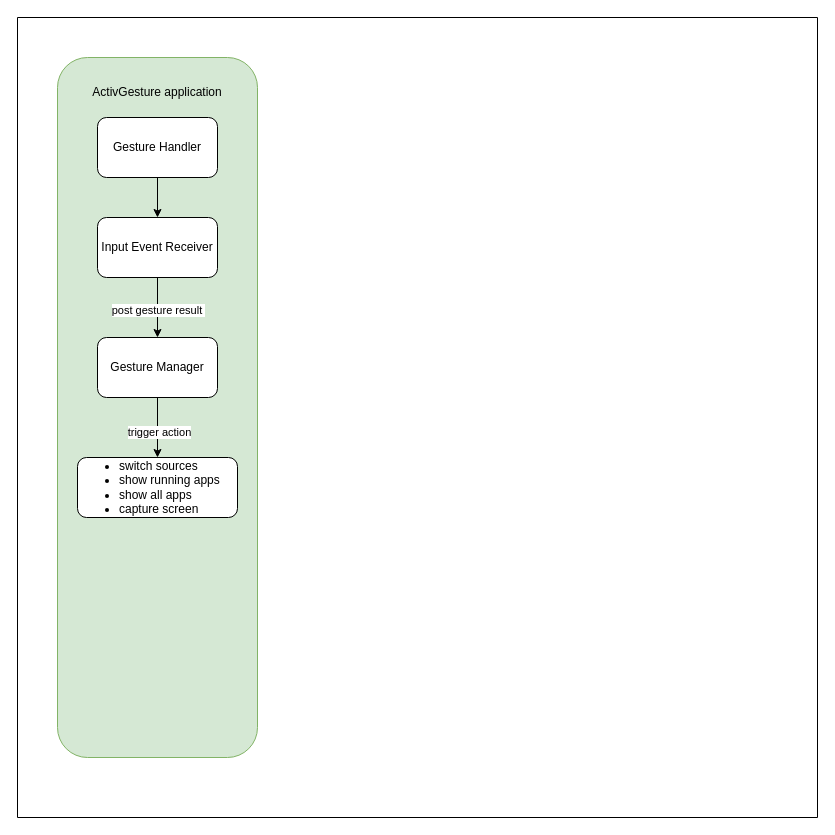
Earlier version of the draw.io diagram gesture_assistant.drawio (windboat/draw.io). Source tidied: cells renumbered, new cells numbered last; positions are measured from the earlier drawing's top-left corner, leaving out a move shared by most shapes. Both pictures are drawn from the tidied source at 100%, with x=0, y=0 at pixel (17, 17).
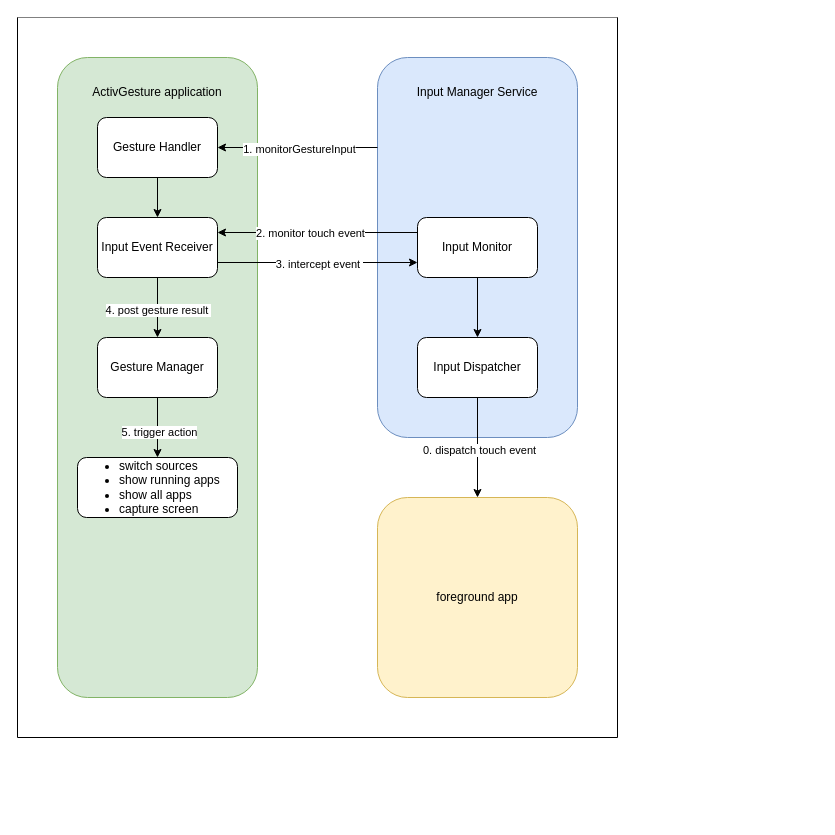
After the change.

The change refers to these unchanged cells:
```xml
<mxCell id="6" value="Gesture Handler" style="rounded=1;whiteSpace=wrap;html=1;" parent="2" vertex="1">
  <mxGeometry x="80" y="100" width="120" height="60" as="geometry" />
</mxCell>
<mxCell id="7" style="edgeStyle=orthogonalEdgeStyle;rounded=0;jettySize=auto;html=1;" parent="2" edge="1" source="9" target="12">
  <mxGeometry relative="1" as="geometry" />
</mxCell>
<mxCell id="9" value="Input Event Receiver" style="rounded=1;whiteSpace=wrap;html=1;" parent="2" vertex="1">
  <mxGeometry x="80" y="200" width="120" height="60" as="geometry" />
</mxCell>
<mxCell id="10" style="edgeStyle=orthogonalEdgeStyle;rounded=0;jettySize=auto;html=1;" parent="2" edge="1" source="12" target="13">
  <mxGeometry relative="1" as="geometry" />
</mxCell>
```

The edit, as a diff of the source:
```diff
@@
-    <mxCell id="2" style="swimlane;startSize=0;" parent="1" vertex="1">
-      <mxGeometry width="800" height="800" as="geometry" />
+    <mxCell id="2" style="swimlane;startSize=0;swimlaneFillColor=default;" parent="1" vertex="1">
+      <mxGeometry width="600" height="720" as="geometry" />
     </mxCell>
     <mxCell id="3" style="rounded=1;whiteSpace=wrap;html=1;fillColor=#d5e8d4;strokeColor=#82b366;" parent="2" vertex="1">
-      <mxGeometry x="40" y="40" width="200" height="700" as="geometry" />
+      <mxGeometry x="40" y="40" width="200" height="640" as="geometry" />
     </mxCell>
@@
-    <mxCell id="8" value="post gesture result&amp;nbsp;" style="edgeLabel;html=1;align=center;verticalAlign=middle;" parent="7" vertex="1">
+    <mxCell id="8" value="4. post gesture result&amp;nbsp;" style="edgeLabel;html=1;align=center;verticalAlign=middle;" parent="7" vertex="1">
       <mxGeometry x="0.07" relative="1" as="geometry" />
     </mxCell>
@@
-    <mxCell id="11" value="trigger action" style="edgeLabel;html=1;align=center;verticalAlign=middle;" parent="10" vertex="1">
+    <mxCell id="11" value="5. trigger action" style="edgeLabel;html=1;align=center;verticalAlign=middle;" parent="10" vertex="1">
       <mxGeometry x="0.12" y="1" relative="1" as="geometry" />
     </mxCell>
@@
+    <mxCell id="14" style="rounded=1;whiteSpace=wrap;html=1;fillColor=#dae8fc;strokeColor=#6c8ebf;" parent="2" vertex="1">
+      <mxGeometry x="360" y="40" width="200" height="380" as="geometry" />
+    </mxCell>
+    <mxCell id="15" value="Input Manager Service" style="text;html=1;strokeColor=none;fillColor=none;align=center;verticalAlign=middle;whiteSpace=wrap;rounded=0;" parent="2" vertex="1">
+      <mxGeometry x="390" y="60" width="140" height="30" as="geometry" />
+    </mxCell>
+    <mxCell id="16" value="Input Dispatcher" style="rounded=1;whiteSpace=wrap;html=1;" parent="2" vertex="1">
+      <mxGeometry x="400" y="320" width="120" height="60" as="geometry" />
+    </mxCell>
+    <mxCell id="17" style="edgeStyle=orthogonalEdgeStyle;rounded=0;jettySize=auto;html=1;" parent="2" edge="1" source="18" target="16">
+      <mxGeometry relative="1" as="geometry" />
+    </mxCell>
+    <mxCell id="18" value="Input Monitor" style="rounded=1;whiteSpace=wrap;html=1;" parent="2" vertex="1">
+      <mxGeometry x="400" y="200" width="120" height="60" as="geometry" />
+    </mxCell>
+    <mxCell id="19" value="foreground app" style="rounded=1;whiteSpace=wrap;html=1;fillColor=#fff2cc;strokeColor=#d6b656;" parent="2" vertex="1">
+      <mxGeometry x="360" y="480" width="200" height="200" as="geometry" />
+    </mxCell>
+    <mxCell id="20" style="endArrow=classic;html=1;rounded=0;exitX=0.5;exitY=1;exitDx=0;exitDy=0;entryX=0.5;entryY=0;entryDx=0;entryDy=0;" parent="2" edge="1" source="16" target="19">
+      <mxGeometry relative="1" as="geometry" />
+    </mxCell>
+    <mxCell id="21" value="0. dispatch touch event" style="edgeLabel;html=1;align=center;verticalAlign=middle;" parent="20" vertex="1">
+      <mxGeometry x="0.01" y="1" relative="1" as="geometry">
+        <mxPoint y="1" as="offset" />
+      </mxGeometry>
+    </mxCell>
+    <mxCell id="22" style="endArrow=classic;html=1;rounded=0;entryX=1;entryY=0.5;entryDx=0;entryDy=0;" parent="2" edge="1" target="6">
+      <mxGeometry relative="1" as="geometry">
+        <mxPoint x="360" y="130" as="sourcePoint" />
+      </mxGeometry>
+    </mxCell>
+    <mxCell id="23" value="1. monitorGestureInput" style="edgeLabel;html=1;align=center;verticalAlign=middle;" parent="22" vertex="1">
+      <mxGeometry x="-0.01" y="1" relative="1" as="geometry" />
+    </mxCell>
+    <mxCell id="24" style="endArrow=classic;html=1;rounded=0;exitX=0;exitY=0.25;exitDx=0;exitDy=0;entryX=1;entryY=0.25;entryDx=0;entryDy=0;" parent="2" edge="1" source="18" target="9">
+      <mxGeometry relative="1" as="geometry" />
+    </mxCell>
+    <mxCell id="25" value="2. monitor touch event" style="edgeLabel;html=1;align=center;verticalAlign=middle;" parent="24" vertex="1">
+      <mxGeometry x="0.08" relative="1" as="geometry" />
+    </mxCell>
+    <mxCell id="26" style="endArrow=classic;html=1;rounded=0;exitX=1;exitY=0.75;exitDx=0;exitDy=0;entryX=0;entryY=0.75;entryDx=0;entryDy=0;" parent="2" edge="1" source="9" target="18">
+      <mxGeometry relative="1" as="geometry" />
+    </mxCell>
+    <mxCell id="27" value="3.&amp;nbsp;intercept&amp;nbsp;event&amp;nbsp;" style="edgeLabel;html=1;align=center;verticalAlign=middle;" parent="26" vertex="1">
+      <mxGeometry x="0.01" y="-1" relative="1" as="geometry" />
+    </mxCell>
```
